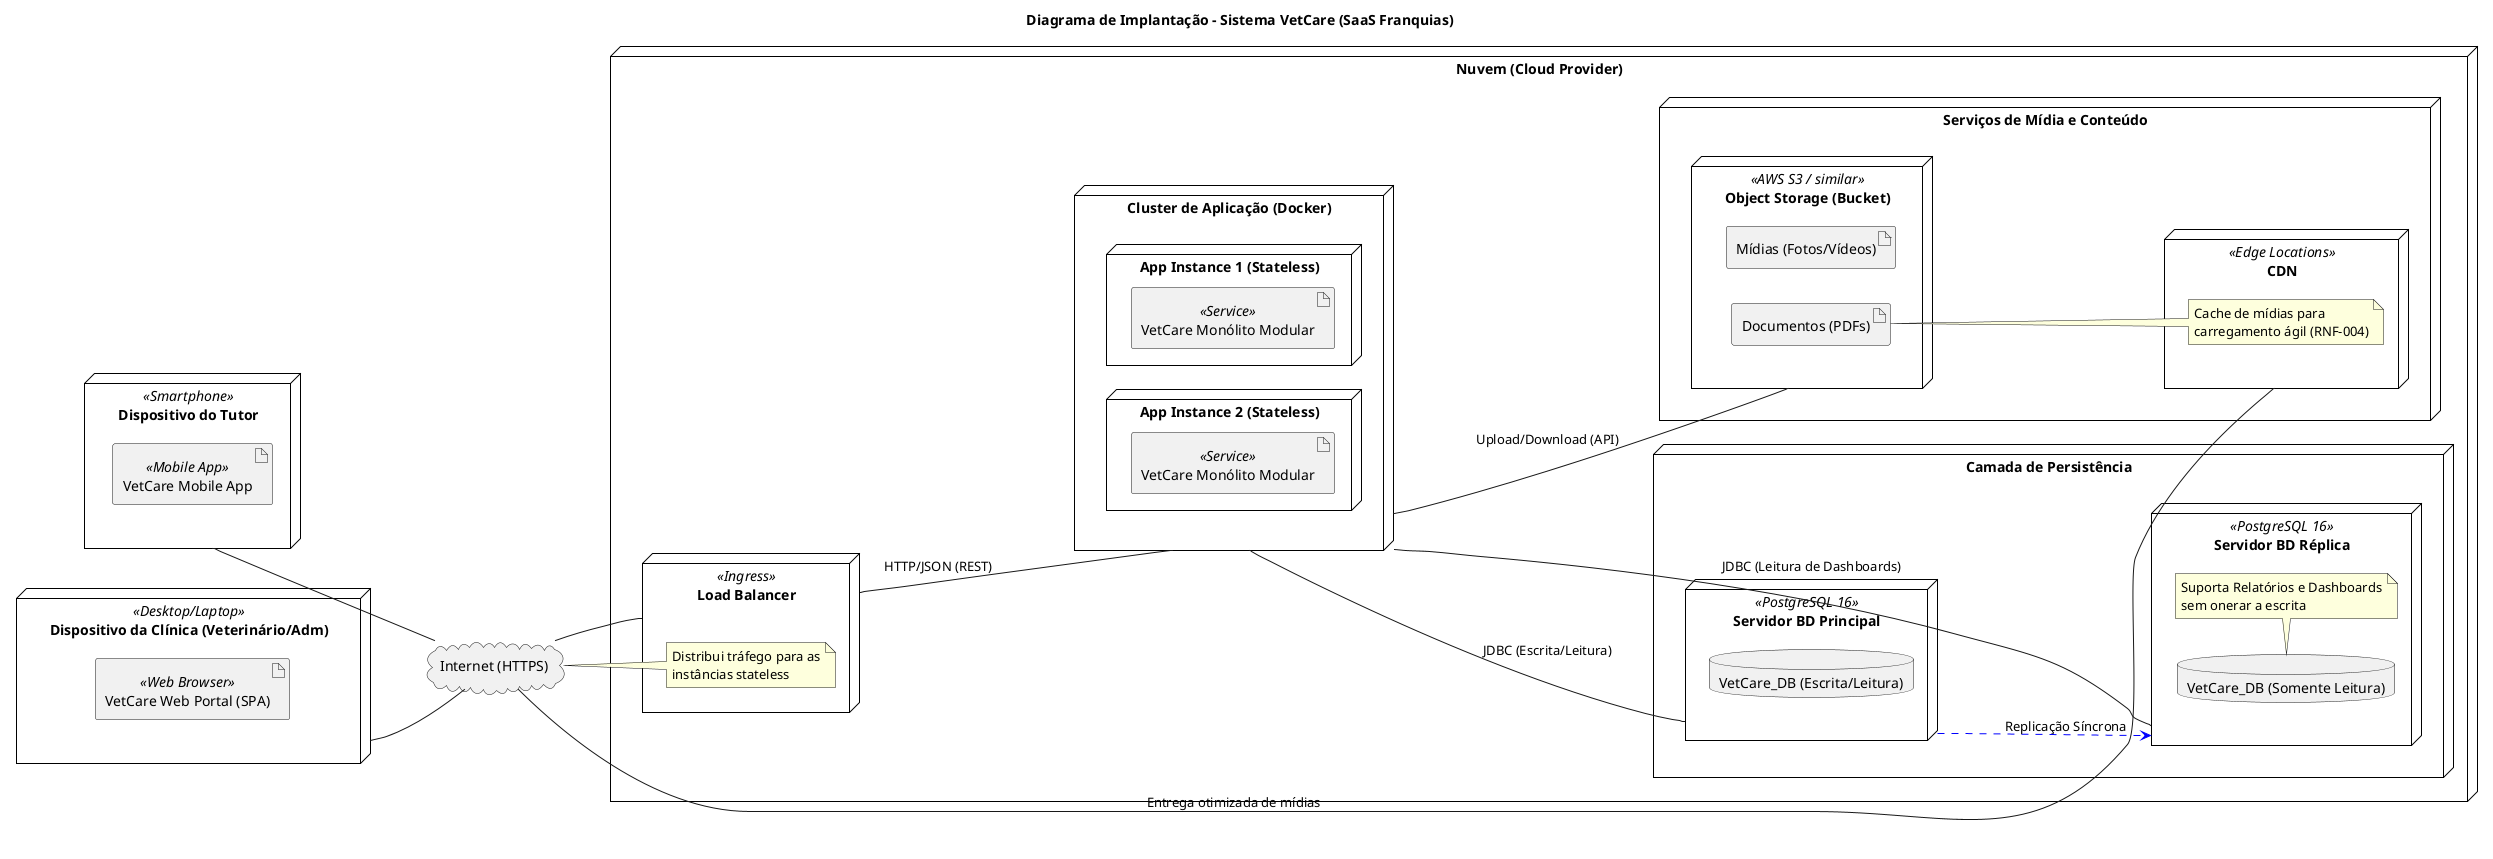
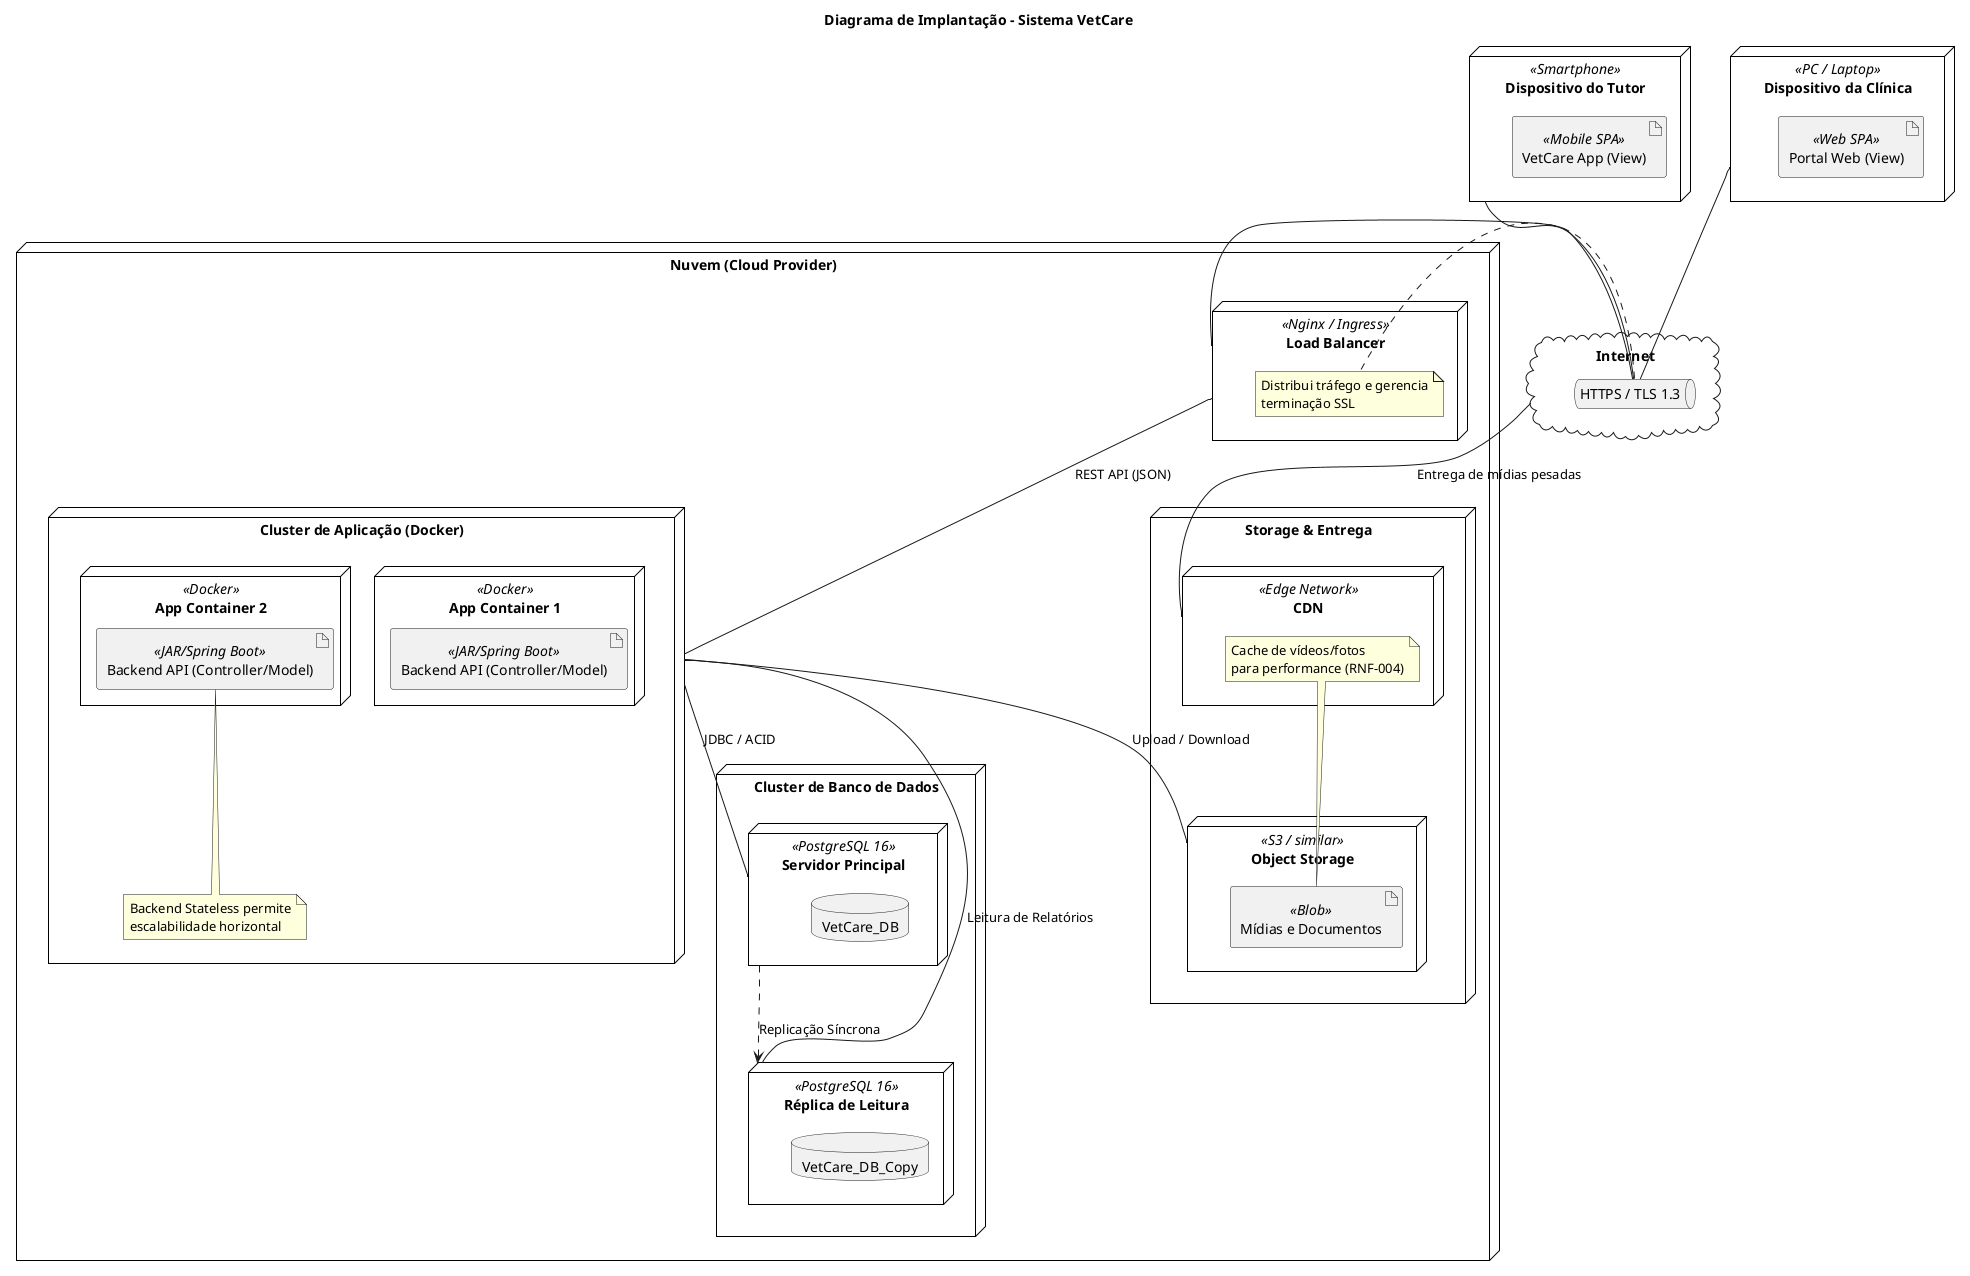
@startuml
- title Diagrama de Implantação - Sistema VetCare (SaaS Franquias)
- 
- left to right direction
+ title Diagrama de Implantação - Sistema VetCare

skinparam node {
    BackgroundColor White
    BorderColor Black
}

- ' --- Nível de Cliente ---
- node "Dispositivo do Tutor" as tutorDevice <<Smartphone>> {
-     artifact "VetCare Mobile App" as tutorApp <<Mobile App>>
+ ' --- Camada de Dispositivos (Clientes) ---
+ node "Dispositivo do Tutor" <<Smartphone>> as tutorNode {
+     artifact "VetCare App (View)" <<Mobile SPA>> as tutorArtifact
}

- node "Dispositivo da Clínica (Veterinário/Adm)" as vetDevice <<Desktop/Laptop>> {
-     artifact "VetCare Web Portal (SPA)" as vetSPA <<Web Browser>>
+ node "Dispositivo da Clínica" <<PC / Laptop>> as vetNode {
+     artifact "Portal Web (View)" <<Web SPA>> as vetArtifact
}

' --- Rede ---
- cloud "Internet (HTTPS)" as internet
+ cloud "Internet" as internet {
+     queue "HTTPS / TLS 1.3" as https
+ }

- ' --- Provedor de Nuvem ---
- node "Nuvem (Cloud Provider)" {
+ ' --- Infraestrutura em Nuvem ---
+ node "Nuvem (Cloud Provider)" as cloudNode {

-     node "Load Balancer" as lb <<Ingress>> {
-         note right: Distribui tráfego para as\ninstâncias stateless
+     node "Load Balancer" <<Nginx / Ingress>> as lb {
+         note right: Distribui tráfego e gerencia\nterminação SSL
    }

-     node "Cluster de Aplicação (Docker)" as appCluster {
-         node "App Instance 1 (Stateless)" as app1 {
-             artifact "VetCare Monólito Modular" as jar1 <<Service>>
+     node "Cluster de Aplicação (Docker)" as cluster {
+         node "App Container 1" <<Docker>> as c1 {
+             artifact "Backend API (Controller/Model)" <<JAR/Spring Boot>> as api1
        }
-         node "App Instance 2 (Stateless)" as app2 {
-             artifact "VetCare Monólito Modular" as jar2 <<Service>>
+         node "App Container 2" <<Docker>> as c2 {
+             artifact "Backend API (Controller/Model)" <<JAR/Spring Boot>> as api2
+         }
+         note bottom: Backend Stateless permite\nescalabilidade horizontal
+     }
+ 
+     node "Cluster de Banco de Dados" as dbCluster {
+         node "Servidor Principal" <<PostgreSQL 16>> as dbPrimary {
+             database "VetCare_DB" as sqlPrimary
+         }
+         node "Réplica de Leitura" <<PostgreSQL 16>> as dbReplica {
+             database "VetCare_DB_Copy" as sqlReplica
        }
    }

-     node "Camada de Persistência" {
-         node "Servidor BD Principal" as primaryDB <<PostgreSQL 16>> {
-             database "VetCare_DB (Escrita/Leitura)"
+     node "Storage & Entrega" as storageNode {
+         node "Object Storage" <<S3 / similar>> as s3 {
+             artifact "Mídias e Documentos" <<Blob>> as media
        }
-         node "Servidor BD Réplica" as replicaDB <<PostgreSQL 16>> {
-             database "VetCare_DB (Somente Leitura)"
-             note bottom: Suporta Relatórios e Dashboards\nsem onerar a escrita
-         }
-     }
- 
-     node "Serviços de Mídia e Conteúdo" {
-         node "Object Storage (Bucket)" as s3 <<AWS S3 / similar>> {
-             artifact "Mídias (Fotos/Vídeos)"
-             artifact "Documentos (PDFs)"
-         }
-         node "CDN" as cdn <<Edge Locations>> {
-             note right: Cache de mídias para\ncarregamento ágil (RNF-004)
+         node "CDN" <<Edge Network>> as cdn {
+             note top: Cache de vídeos/fotos\npara performance (RNF-004)
        }
    }
}

- ' --- Interconexões ---
- tutorDevice -- internet
- vetDevice -- internet
- internet -- lb
+ ' --- Conexões e Comunicação ---
+ tutorNode -- https
+ vetNode -- https
+ https -- lb

- lb -- appCluster : HTTP/JSON (REST)
+ lb -- cluster : "REST API (JSON)"
+ cluster -- dbPrimary : "JDBC / ACID"
+ cluster -- dbReplica : "Leitura de Relatórios"
+ cluster -- s3 : "Upload / Download"

- appCluster -- primaryDB : JDBC (Escrita/Leitura)
- appCluster -- replicaDB : JDBC (Leitura de Dashboards)
- 
- appCluster -- s3 : Upload/Download (API)
- cdn -- internet : Entrega otimizada de mídias
- 
- primaryDB .[#blue].> replicaDB : Replicação Síncrona
+ cdn -- internet : "Entrega de mídias pesadas"
+ dbPrimary ..> dbReplica : "Replicação Síncrona"

@enduml
